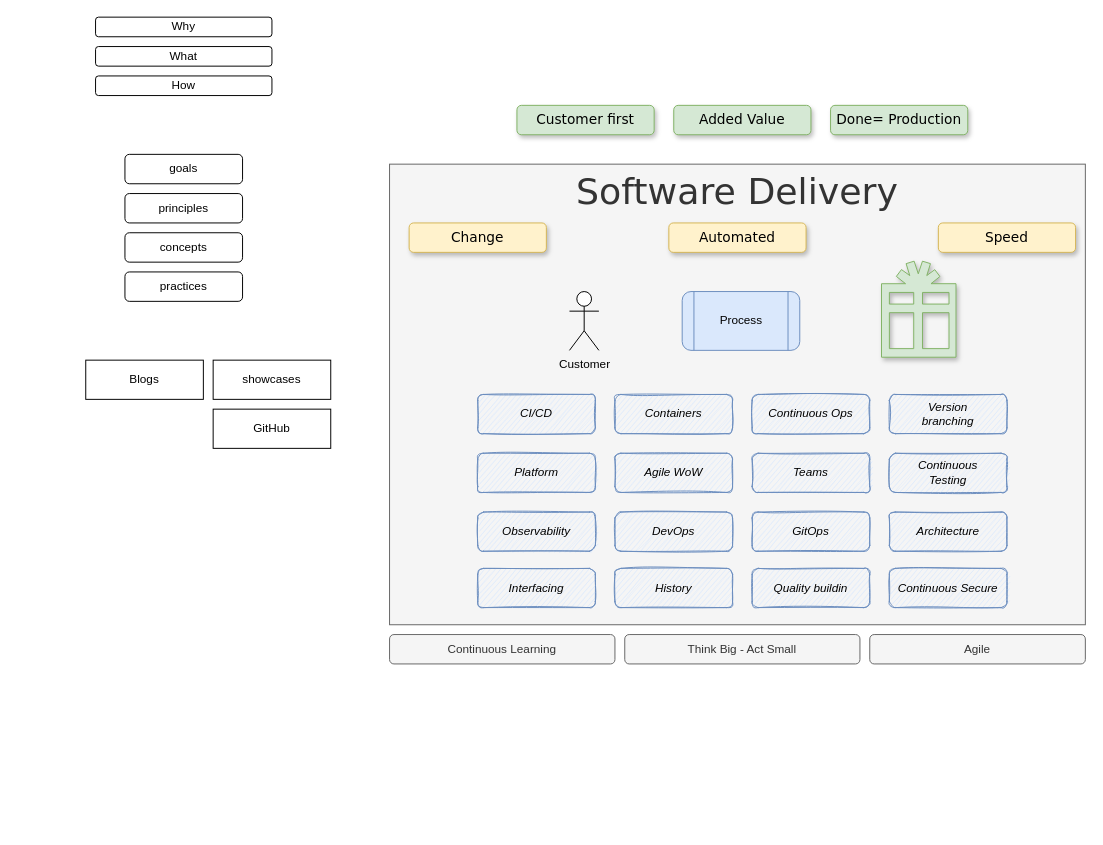
This is Pictures/CDModel.drawio from Sim007/ContinuousDelivery, a draw.io file, before an edit. Source tidied: cells renumbered, new cells numbered last; positions are measured from the earlier drawing's top-left corner, leaving out a move shared by most shapes. Both pictures are drawn from the tidied source at 98%, with x=0, y=0 at pixel (85, 17).
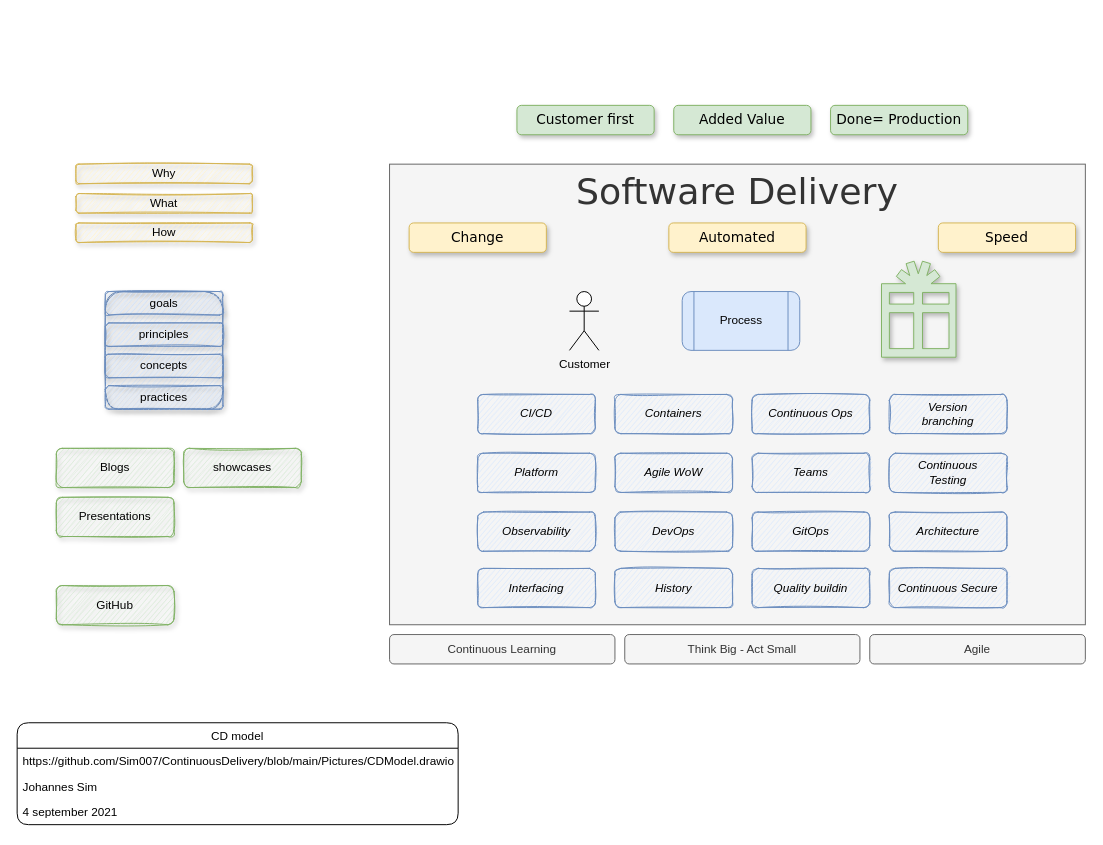
The same diagram, later.

Change to the diagram source:
```diff
@@
-    <mxCell id="23" value="Why" style="rounded=1;whiteSpace=wrap;html=1;" parent="1" vertex="1">
-      <mxGeometry x="10" width="180" height="20" as="geometry" />
-    </mxCell>
-    <mxCell id="24" value="What" style="rounded=1;whiteSpace=wrap;html=1;" parent="1" vertex="1">
-      <mxGeometry x="10" y="30" width="180" height="20" as="geometry" />
-    </mxCell>
-    <mxCell id="25" value="How" style="rounded=1;whiteSpace=wrap;html=1;" parent="1" vertex="1">
-      <mxGeometry x="10" y="60" width="180" height="20" as="geometry" />
-    </mxCell>
@@
-    <mxCell id="27" value="principles" style="rounded=1;whiteSpace=wrap;html=1;" parent="1" vertex="1">
-      <mxGeometry x="40" y="180" width="120" height="30" as="geometry" />
-    </mxCell>
-    <mxCell id="28" value="concepts" style="rounded=1;whiteSpace=wrap;html=1;" parent="1" vertex="1">
-      <mxGeometry x="40" y="220" width="120" height="30" as="geometry" />
-    </mxCell>
-    <mxCell id="29" value="practices" style="rounded=1;whiteSpace=wrap;html=1;" parent="1" vertex="1">
-      <mxGeometry x="40" y="260" width="120" height="30" as="geometry" />
-    </mxCell>
-    <mxCell id="30" value="goals" style="rounded=1;whiteSpace=wrap;html=1;" parent="1" vertex="1">
-      <mxGeometry x="40" y="140" width="120" height="30" as="geometry" />
-    </mxCell>
-    <mxCell id="31" value="showcases" style="rounded=0;whiteSpace=wrap;html=1;" parent="1" vertex="1">
-      <mxGeometry x="130" y="350" width="120" height="40" as="geometry" />
+    <mxCell id="31" value="showcases" style="rounded=1;whiteSpace=wrap;html=1;glass=0;shadow=1;sketch=1;fillColor=#d5e8d4;strokeColor=#82b366;" parent="1" vertex="1">
+      <mxGeometry x="100" y="440" width="120" height="40" as="geometry" />
     </mxCell>
-    <mxCell id="32" value="Blogs" style="rounded=0;whiteSpace=wrap;html=1;" parent="1" vertex="1">
-      <mxGeometry y="350" width="120" height="40" as="geometry" />
+    <mxCell id="32" value="Blogs" style="rounded=1;whiteSpace=wrap;html=1;glass=0;shadow=1;sketch=1;fillColor=#d5e8d4;strokeColor=#82b366;" parent="1" vertex="1">
+      <mxGeometry x="-30" y="440" width="120" height="40" as="geometry" />
     </mxCell>
-    <mxCell id="33" value="GitHub" style="rounded=0;whiteSpace=wrap;html=1;" parent="1" vertex="1">
-      <mxGeometry x="130" y="400" width="120" height="40" as="geometry" />
+    <mxCell id="33" value="GitHub" style="rounded=1;whiteSpace=wrap;html=1;glass=0;shadow=1;sketch=1;fillColor=#d5e8d4;strokeColor=#82b366;" parent="1" vertex="1">
+      <mxGeometry x="-30" y="580" width="120" height="40" as="geometry" />
     </mxCell>
@@
+    <mxCell id="41" style="group;fillColor=#dae8fc;strokeColor=#6c8ebf;rounded=1;shadow=1;glass=0;sketch=1;" parent="1" vertex="1">
+      <mxGeometry x="20" y="280" width="120" height="120" as="geometry" />
+    </mxCell>
+    <mxCell id="27" value="principles" style="rounded=1;whiteSpace=wrap;html=1;fillColor=#dae8fc;strokeColor=#6c8ebf;shadow=1;glass=0;sketch=1;" parent="41" vertex="1">
+      <mxGeometry y="32" width="120" height="24" as="geometry" />
+    </mxCell>
+    <mxCell id="28" value="concepts" style="rounded=1;whiteSpace=wrap;html=1;fillColor=#dae8fc;strokeColor=#6c8ebf;shadow=1;glass=0;sketch=1;" parent="41" vertex="1">
+      <mxGeometry y="64" width="120" height="24" as="geometry" />
+    </mxCell>
+    <mxCell id="29" value="practices" style="rounded=1;whiteSpace=wrap;html=1;fillColor=#dae8fc;strokeColor=#6c8ebf;shadow=1;glass=0;sketch=1;" parent="41" vertex="1">
+      <mxGeometry y="96" width="120" height="24" as="geometry" />
+    </mxCell>
+    <mxCell id="30" value="goals" style="rounded=1;whiteSpace=wrap;html=1;fillColor=#dae8fc;strokeColor=#6c8ebf;shadow=1;glass=0;sketch=1;" parent="41" vertex="1">
+      <mxGeometry width="120" height="24" as="geometry" />
+    </mxCell>
+    <mxCell id="42" style="group;" parent="1" vertex="1">
+      <mxGeometry x="-10" y="150" width="180" height="80" as="geometry" />
+    </mxCell>
+    <mxCell id="23" value="Why" style="rounded=1;whiteSpace=wrap;html=1;sketch=1;shadow=1;fillColor=#fff2cc;strokeColor=#d6b656;" parent="42" vertex="1">
+      <mxGeometry width="180" height="20" as="geometry" />
+    </mxCell>
+    <mxCell id="24" value="What" style="rounded=1;whiteSpace=wrap;html=1;sketch=1;shadow=1;fillColor=#fff2cc;strokeColor=#d6b656;" parent="42" vertex="1">
+      <mxGeometry y="30" width="180" height="20" as="geometry" />
+    </mxCell>
+    <mxCell id="25" value="How" style="rounded=1;whiteSpace=wrap;html=1;sketch=1;shadow=1;fillColor=#fff2cc;strokeColor=#d6b656;" parent="42" vertex="1">
+      <mxGeometry y="60" width="180" height="20" as="geometry" />
+    </mxCell>
+    <mxCell id="43" value="CD model" style="swimlane;fontStyle=0;horizontal=1;startSize=26;rounded=1;shadow=0;glass=0;sketch=0;" parent="1" vertex="1">
+      <mxGeometry x="-70" y="720" width="450" height="104" as="geometry" />
+    </mxCell>
+    <mxCell id="44" value="https://github.com/Sim007/ContinuousDelivery/blob/main/Pictures/CDModel.drawio" style="text;strokeColor=none;fillColor=none;align=left;verticalAlign=top;spacingLeft=4;spacingRight=4;overflow=hidden;" parent="43" vertex="1">
+      <mxGeometry y="26" width="450" height="26" as="geometry" />
+    </mxCell>
+    <mxCell id="45" value="Johannes Sim" style="text;strokeColor=none;fillColor=none;align=left;verticalAlign=top;spacingLeft=4;spacingRight=4;overflow=hidden;" parent="43" vertex="1">
+      <mxGeometry y="52" width="450" height="26" as="geometry" />
+    </mxCell>
+    <mxCell id="46" value="4 september 2021" style="text;strokeColor=none;fillColor=none;align=left;verticalAlign=top;spacingLeft=4;spacingRight=4;overflow=hidden;" parent="43" vertex="1">
+      <mxGeometry y="78" width="450" height="26" as="geometry" />
+    </mxCell>
+    <mxCell id="47" value="Presentations" style="rounded=1;whiteSpace=wrap;html=1;glass=0;shadow=1;sketch=1;fillColor=#d5e8d4;strokeColor=#82b366;" parent="1" vertex="1">
+      <mxGeometry x="-30" y="490" width="120" height="40" as="geometry" />
+    </mxCell>
```
